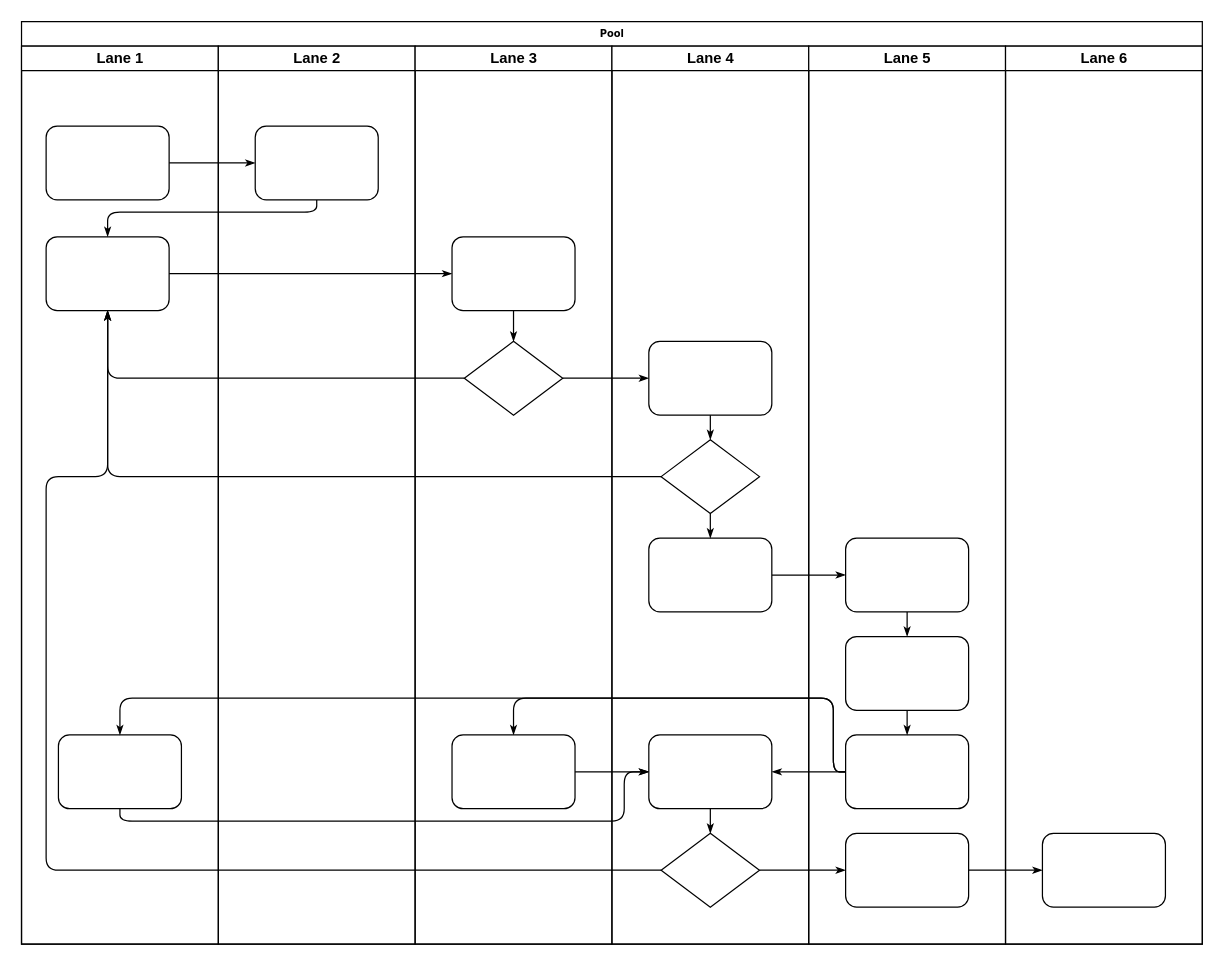
Above: 未命名绘图.drawio in xiaogui2011/Life (draw.io), before the change. Source tidied: cells renumbered, new cells numbered last; positions are measured from the earlier drawing's top-left corner, leaving out a move shared by most shapes. Both pictures are drawn from the tidied source at 123%, with x=0, y=0 at pixel (21, 21).
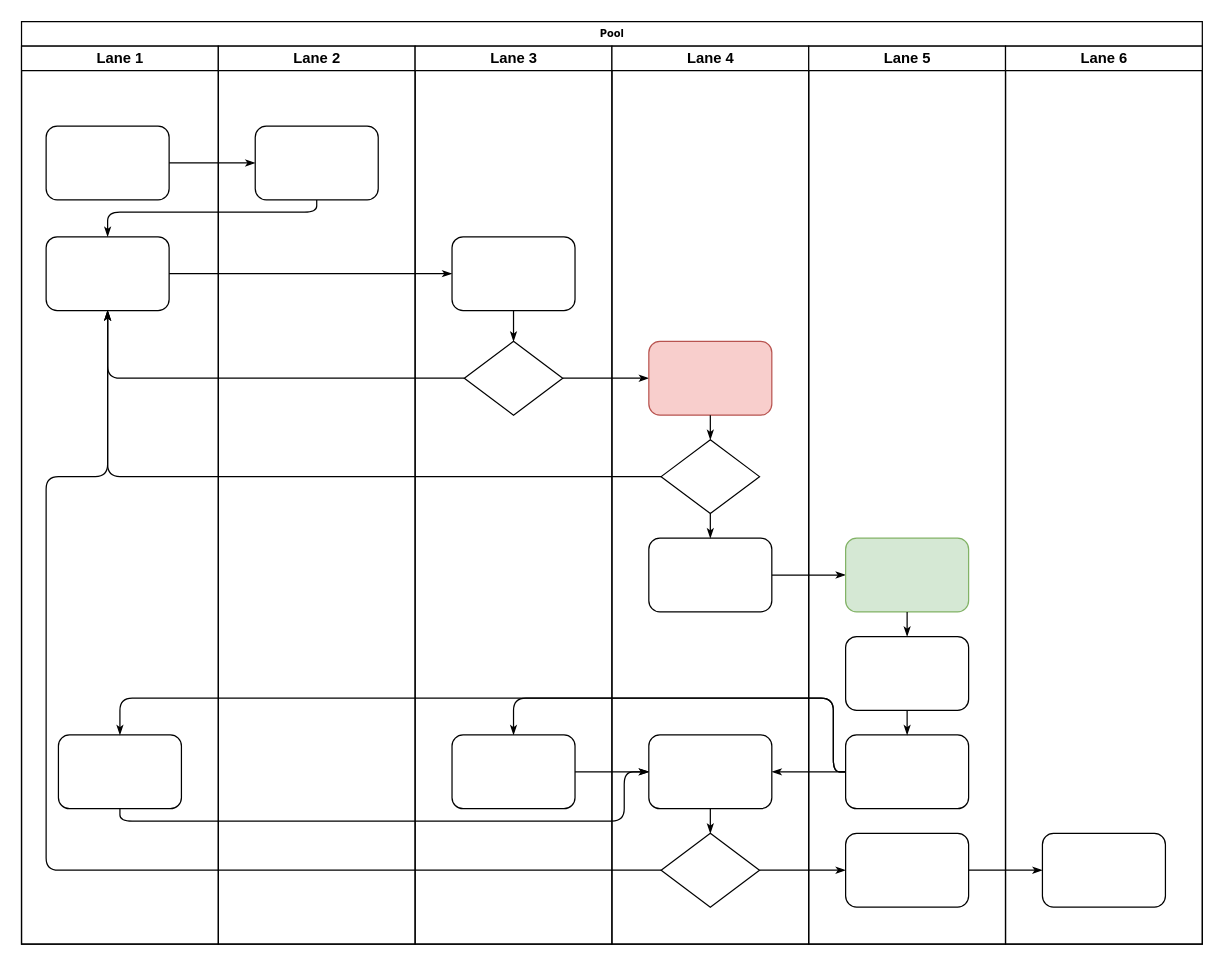
The same diagram, later.

Commit message:
更新未命名绘图.drawio

Unchanged cells that the change refers to:
```xml
<mxCell id="29" value="Lane 4" style="swimlane;html=1;startSize=20;" parent="2" vertex="1">
  <mxGeometry x="480" y="20" width="160" height="730" as="geometry" />
</mxCell>
<mxCell id="38" value="Lane 5" style="swimlane;html=1;startSize=20;" parent="2" vertex="1">
  <mxGeometry x="640" y="20" width="160" height="730" as="geometry" />
</mxCell>
```

What changed in the source:
```diff
@@
-    <mxCell id="30" style="rounded=1;whiteSpace=wrap;html=1;shadow=0;labelBackgroundColor=none;strokeWidth=1;fontFamily=Verdana;fontSize=8;align=center;" parent="29" vertex="1">
+    <mxCell id="30" style="rounded=1;whiteSpace=wrap;html=1;shadow=0;labelBackgroundColor=none;strokeWidth=1;fontFamily=Verdana;fontSize=8;align=center;fillColor=#f8cecc;strokeColor=#b85450;" parent="29" vertex="1">
       <mxGeometry x="30" y="240" width="100" height="60" as="geometry" />
     </mxCell>
@@
-    <mxCell id="39" style="rounded=1;whiteSpace=wrap;html=1;shadow=0;labelBackgroundColor=none;strokeWidth=1;fontFamily=Verdana;fontSize=8;align=center;" parent="38" vertex="1">
+    <mxCell id="39" style="rounded=1;whiteSpace=wrap;html=1;shadow=0;labelBackgroundColor=none;strokeWidth=1;fontFamily=Verdana;fontSize=8;align=center;fillColor=#d5e8d4;strokeColor=#82b366;" parent="38" vertex="1">
       <mxGeometry x="30" y="400" width="100" height="60" as="geometry" />
     </mxCell>
```
